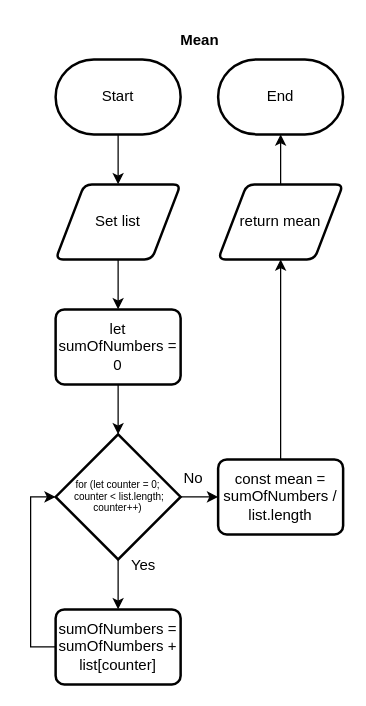
evan-beaudoin99/ICS4U-Unit1-Evan-Beaudoin keeps this draw.io diagram as Unit1-06/design/flowchart-Mean.drawio. Above is the earlier version. Source tidied: cells renumbered, new cells numbered last; positions are measured from the earlier drawing's top-left corner, leaving out a move shared by most shapes. Both pictures are drawn from the tidied source at 125%, with x=0, y=0 at pixel (30, 21).
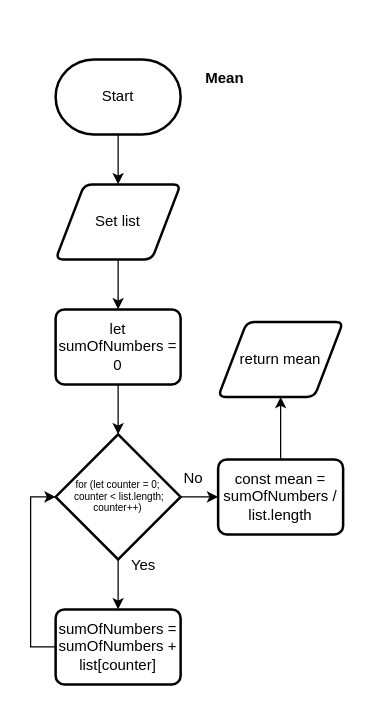
After the change.

The edit, as a diff of the source:
```diff
@@
-    <mxCell id="3" style="edgeStyle=none;html=1;entryX=0.5;entryY=1;entryDx=0;entryDy=0;entryPerimeter=0;" parent="1" edge="1" source="4">
-      <mxGeometry relative="1" as="geometry">
-        <mxPoint x="200" y="90" as="targetPoint" />
-      </mxGeometry>
-    </mxCell>
     <mxCell id="4" value="return mean" style="shape=parallelogram;html=1;strokeWidth=2;perimeter=parallelogramPerimeter;whiteSpace=wrap;rounded=1;arcSize=12;size=0.23;" parent="1" vertex="1">
-      <mxGeometry x="150" y="130" width="100" height="60" as="geometry" />
+      <mxGeometry x="150" y="240" width="100" height="60" as="geometry" />
     </mxCell>
@@
     <mxCell id="9" value="Mean" style="text;html=1;align=center;verticalAlign=middle;strokeColor=none;fillColor=none;fontStyle=1;" parent="1" vertex="1">
-      <mxGeometry x="110" width="50" height="30" as="geometry" />
+      <mxGeometry x="130" y="30" width="50" height="30" as="geometry" />
     </mxCell>
@@
-    <mxCell id="20" value="End" style="strokeWidth=2;html=1;shape=mxgraph.flowchart.terminator;whiteSpace=wrap;" parent="1" vertex="1">
-      <mxGeometry x="150" y="30" width="100" height="60" as="geometry" />
-    </mxCell>
```
